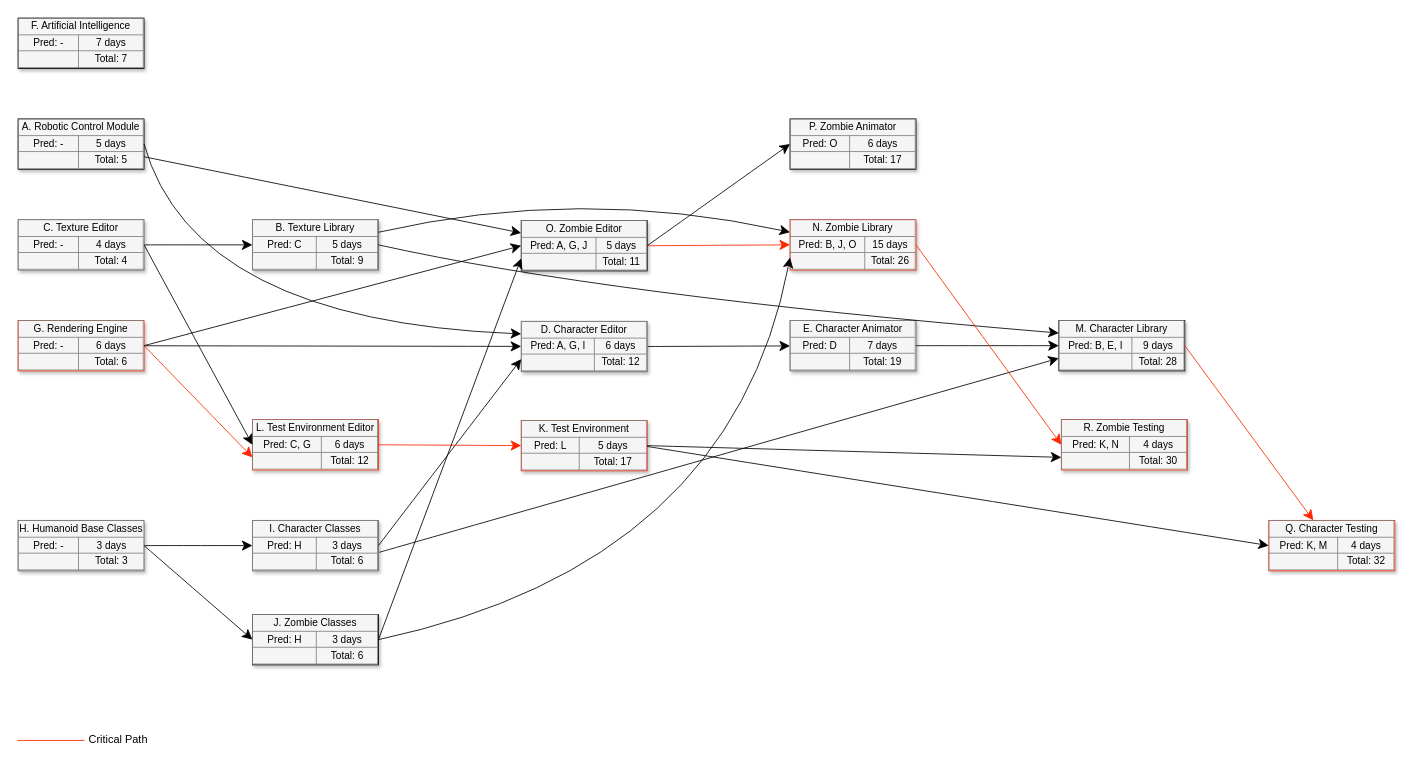
Before: Untitled Diagram.drawio in bagheeraja/PERT, a draw.io diagram. Source tidied: cells renumbered, new cells numbered last; positions are measured from the earlier drawing's top-left corner, leaving out a move shared by most shapes. Both pictures are drawn from the tidied source at 84%, with x=0, y=0 at pixel (17, 18).
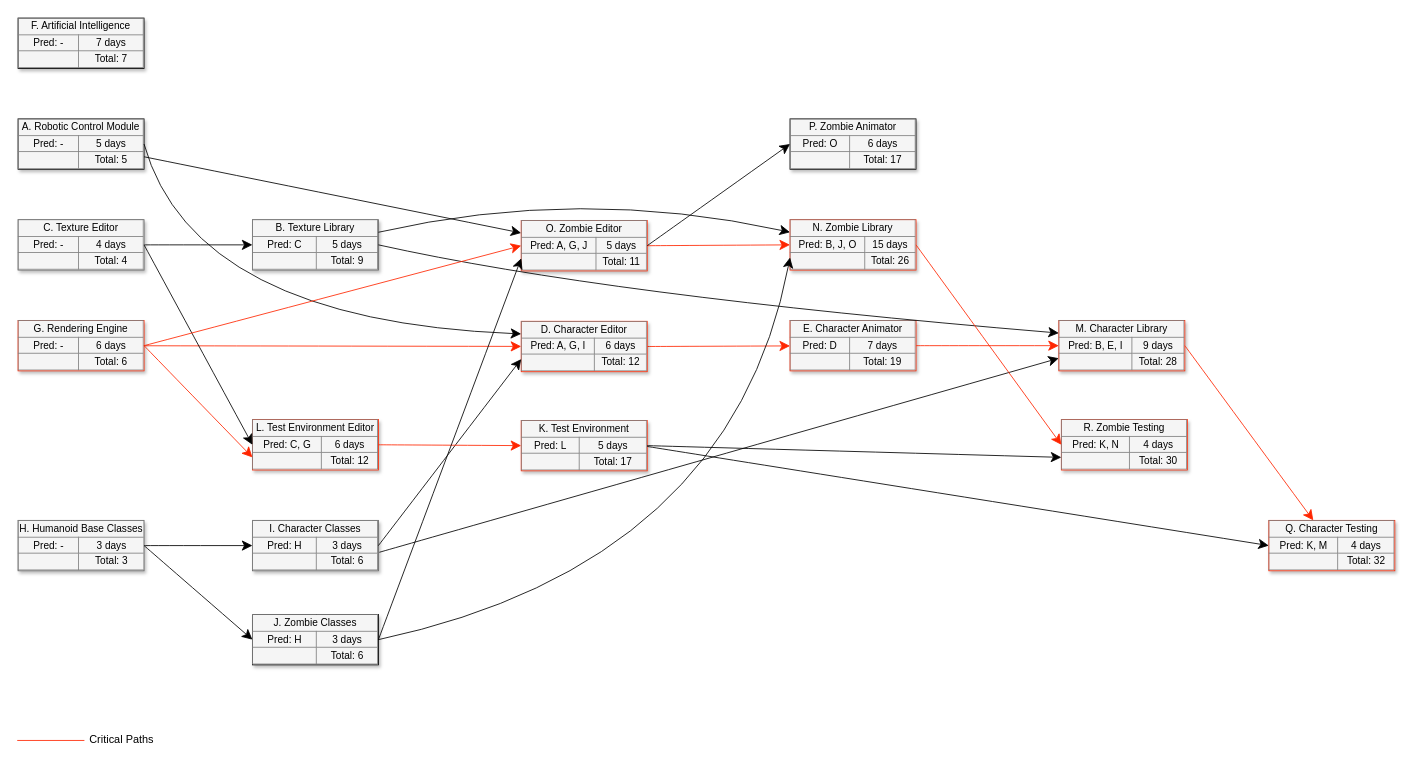
Above is the later version.

Unchanged cells that the change refers to:
```xml
<mxCell id="16" value="&lt;table border=&quot;1&quot; width=&quot;100%&quot; style=&quot;width: 100% ; height: 100% ; border-collapse: collapse&quot;&gt;&lt;tbody&gt;&lt;tr&gt;&lt;td colspan=&quot;2&quot; align=&quot;center&quot;&gt;G. Rendering Engine&lt;/td&gt;&lt;/tr&gt;&lt;tr&gt;&lt;td align=&quot;center&quot;&gt;Pred: -&lt;/td&gt;&lt;td align=&quot;center&quot;&gt;&lt;font style=&quot;font-size: 12px&quot;&gt;6 days&lt;/font&gt;&lt;/td&gt;&lt;/tr&gt;&lt;tr&gt;&lt;td align=&quot;center&quot;&gt;&lt;/td&gt;&lt;td align=&quot;center&quot;&gt;Total: 6&lt;/td&gt;&lt;/tr&gt;&lt;/tbody&gt;&lt;/table&gt;" style="text;html=1;strokeColor=light-dark(#ff2600, #959595);fillColor=#f5f5f5;overflow=fill;rounded=0;shadow=1;fontSize=12;align=center;" parent="1" vertex="1">
  <mxGeometry x="1" y="360" width="150" height="60" as="geometry" />
</mxCell>
```

What changed in the source:
```diff
@@
-    <mxCell id="5" value="&lt;table border=&quot;1&quot; width=&quot;100%&quot; style=&quot;width: 100% ; height: 100% ; border-collapse: collapse&quot;&gt;&lt;tbody&gt;&lt;tr&gt;&lt;td colspan=&quot;2&quot; align=&quot;center&quot;&gt;&lt;font style=&quot;font-size: 12px&quot;&gt;M. Character Library&lt;/font&gt;&lt;/td&gt;&lt;/tr&gt;&lt;tr&gt;&lt;td align=&quot;center&quot;&gt;Pred: B, E, I&lt;/td&gt;&lt;td align=&quot;center&quot;&gt;&lt;font style=&quot;font-size: 12px&quot;&gt;9 days&lt;/font&gt;&lt;/td&gt;&lt;/tr&gt;&lt;tr&gt;&lt;td align=&quot;center&quot;&gt;&lt;/td&gt;&lt;td align=&quot;center&quot;&gt;Total: 28&lt;/td&gt;&lt;/tr&gt;&lt;/tbody&gt;&lt;/table&gt;" style="text;html=1;strokeColor=light-dark(#000000, #ff9090);fillColor=#f5f5f5;overflow=fill;rounded=0;shadow=1;fontSize=12;align=center;" parent="1" vertex="1">
+    <mxCell id="5" value="&lt;table border=&quot;1&quot; width=&quot;100%&quot; style=&quot;width: 100% ; height: 100% ; border-collapse: collapse&quot;&gt;&lt;tbody&gt;&lt;tr&gt;&lt;td colspan=&quot;2&quot; align=&quot;center&quot;&gt;&lt;font style=&quot;font-size: 12px&quot;&gt;M. Character Library&lt;/font&gt;&lt;/td&gt;&lt;/tr&gt;&lt;tr&gt;&lt;td align=&quot;center&quot;&gt;Pred: B, E, I&lt;/td&gt;&lt;td align=&quot;center&quot;&gt;&lt;font style=&quot;font-size: 12px&quot;&gt;9 days&lt;/font&gt;&lt;/td&gt;&lt;/tr&gt;&lt;tr&gt;&lt;td align=&quot;center&quot;&gt;&lt;/td&gt;&lt;td align=&quot;center&quot;&gt;Total: 28&lt;/td&gt;&lt;/tr&gt;&lt;/tbody&gt;&lt;/table&gt;" style="text;html=1;strokeColor=light-dark(#ff2600, #ff9090);fillColor=#f5f5f5;overflow=fill;rounded=0;shadow=1;fontSize=12;align=center;" parent="1" vertex="1">
       <mxGeometry x="1240" y="360" width="150" height="60" as="geometry" />
     </mxCell>
@@
-    <mxCell id="9" style="edgeStyle=none;curved=1;html=1;startSize=10;endArrow=classic;endFill=1;endSize=10;strokeWidth=1;fontSize=12;exitX=1;exitY=0.5;exitDx=0;exitDy=0;" parent="1" edge="1" source="19" target="23">
+    <mxCell id="9" style="edgeStyle=none;curved=1;html=1;startSize=10;endArrow=classic;endFill=1;endSize=10;strokeWidth=1;fontSize=12;exitX=1;exitY=0.5;exitDx=0;exitDy=0;strokeColor=light-dark(#ff2600, #ededed);" parent="1" edge="1" source="19" target="23">
       <mxGeometry relative="1" as="geometry" />
     </mxCell>
@@
-    <mxCell id="12" value="&lt;table border=&quot;1&quot; width=&quot;100%&quot; style=&quot;width: 100% ; height: 100% ; border-collapse: collapse&quot;&gt;&lt;tbody&gt;&lt;tr&gt;&lt;td colspan=&quot;2&quot; align=&quot;center&quot;&gt;&lt;font style=&quot;font-size: 12px&quot;&gt;O. Zombie Editor&lt;/font&gt;&lt;/td&gt;&lt;/tr&gt;&lt;tr&gt;&lt;td align=&quot;center&quot;&gt;Pred: A, G, J&lt;/td&gt;&lt;td align=&quot;center&quot;&gt;&lt;font style=&quot;font-size: 12px&quot;&gt;5 days&lt;/font&gt;&lt;/td&gt;&lt;/tr&gt;&lt;tr&gt;&lt;td align=&quot;center&quot;&gt;&lt;/td&gt;&lt;td align=&quot;center&quot;&gt;Total: 11&lt;/td&gt;&lt;/tr&gt;&lt;/tbody&gt;&lt;/table&gt;" style="text;html=1;strokeColor=light-dark(#000000, #ff9090);fillColor=#f5f5f5;overflow=fill;rounded=0;shadow=1;fontSize=12;align=center;" parent="1" vertex="1">
+    <mxCell id="12" value="&lt;table border=&quot;1&quot; width=&quot;100%&quot; style=&quot;width: 100% ; height: 100% ; border-collapse: collapse&quot;&gt;&lt;tbody&gt;&lt;tr&gt;&lt;td colspan=&quot;2&quot; align=&quot;center&quot;&gt;&lt;font style=&quot;font-size: 12px&quot;&gt;O. Zombie Editor&lt;/font&gt;&lt;/td&gt;&lt;/tr&gt;&lt;tr&gt;&lt;td align=&quot;center&quot;&gt;Pred: A, G, J&lt;/td&gt;&lt;td align=&quot;center&quot;&gt;&lt;font style=&quot;font-size: 12px&quot;&gt;5 days&lt;/font&gt;&lt;/td&gt;&lt;/tr&gt;&lt;tr&gt;&lt;td align=&quot;center&quot;&gt;&lt;/td&gt;&lt;td align=&quot;center&quot;&gt;Total: 11&lt;/td&gt;&lt;/tr&gt;&lt;/tbody&gt;&lt;/table&gt;" style="text;html=1;strokeColor=light-dark(#ff2600, #ff9090);fillColor=#f5f5f5;overflow=fill;rounded=0;shadow=1;fontSize=12;align=center;" parent="1" vertex="1">
       <mxGeometry x="600" y="241" width="150" height="60" as="geometry" />
     </mxCell>
@@
-    <mxCell id="15" style="edgeStyle=none;curved=1;html=1;startSize=10;endArrow=classic;endFill=1;endSize=10;strokeWidth=1;fontSize=12;" parent="1" edge="1" source="16" target="19">
+    <mxCell id="15" style="edgeStyle=none;curved=1;html=1;startSize=10;endArrow=classic;endFill=1;endSize=10;strokeWidth=1;fontSize=12;strokeColor=light-dark(#ff2600, #ededed);" parent="1" edge="1" source="16" target="19">
       <mxGeometry relative="1" as="geometry" />
     </mxCell>
@@
-    <mxCell id="19" value="&lt;table border=&quot;1&quot; width=&quot;100%&quot; style=&quot;width: 100% ; height: 100% ; border-collapse: collapse&quot;&gt;&lt;tbody&gt;&lt;tr&gt;&lt;td colspan=&quot;2&quot; align=&quot;center&quot;&gt;D. Character Editor&lt;/td&gt;&lt;/tr&gt;&lt;tr&gt;&lt;td align=&quot;center&quot;&gt;Pred: A, G, I&lt;/td&gt;&lt;td align=&quot;center&quot;&gt;&lt;font style=&quot;font-size: 12px&quot;&gt;6 days&lt;/font&gt;&lt;/td&gt;&lt;/tr&gt;&lt;tr&gt;&lt;td align=&quot;center&quot;&gt;&lt;/td&gt;&lt;td align=&quot;center&quot;&gt;Total: 12&lt;/td&gt;&lt;/tr&gt;&lt;/tbody&gt;&lt;/table&gt;" style="text;html=1;strokeColor=#666666;fillColor=#f5f5f5;overflow=fill;rounded=0;shadow=1;fontSize=12;align=center;" parent="1" vertex="1">
+    <mxCell id="19" value="&lt;table border=&quot;1&quot; width=&quot;100%&quot; style=&quot;width: 100% ; height: 100% ; border-collapse: collapse&quot;&gt;&lt;tbody&gt;&lt;tr&gt;&lt;td colspan=&quot;2&quot; align=&quot;center&quot;&gt;D. Character Editor&lt;/td&gt;&lt;/tr&gt;&lt;tr&gt;&lt;td align=&quot;center&quot;&gt;Pred: A, G, I&lt;/td&gt;&lt;td align=&quot;center&quot;&gt;&lt;font style=&quot;font-size: 12px&quot;&gt;6 days&lt;/font&gt;&lt;/td&gt;&lt;/tr&gt;&lt;tr&gt;&lt;td align=&quot;center&quot;&gt;&lt;/td&gt;&lt;td align=&quot;center&quot;&gt;Total: 12&lt;/td&gt;&lt;/tr&gt;&lt;/tbody&gt;&lt;/table&gt;" style="text;html=1;strokeColor=light-dark(#ff2600, #959595);fillColor=#f5f5f5;overflow=fill;rounded=0;shadow=1;fontSize=12;align=center;" parent="1" vertex="1">
       <mxGeometry x="600" y="361" width="150" height="60" as="geometry" />
     </mxCell>
@@
-    <mxCell id="23" value="&lt;table border=&quot;1&quot; width=&quot;100%&quot; style=&quot;width: 100% ; height: 100% ; border-collapse: collapse&quot;&gt;&lt;tbody&gt;&lt;tr&gt;&lt;td colspan=&quot;2&quot; align=&quot;center&quot;&gt;E. Character Animator&lt;/td&gt;&lt;/tr&gt;&lt;tr&gt;&lt;td align=&quot;center&quot;&gt;Pred: D&lt;/td&gt;&lt;td align=&quot;center&quot;&gt;&lt;font style=&quot;font-size: 12px&quot;&gt;7 days&lt;/font&gt;&lt;/td&gt;&lt;/tr&gt;&lt;tr&gt;&lt;td align=&quot;center&quot;&gt;&lt;/td&gt;&lt;td align=&quot;center&quot;&gt;Total: 19&lt;/td&gt;&lt;/tr&gt;&lt;/tbody&gt;&lt;/table&gt;" style="text;html=1;strokeColor=#666666;fillColor=#f5f5f5;overflow=fill;rounded=0;shadow=1;fontSize=12;align=center;" parent="1" vertex="1">
+    <mxCell id="23" value="&lt;table border=&quot;1&quot; width=&quot;100%&quot; style=&quot;width: 100% ; height: 100% ; border-collapse: collapse&quot;&gt;&lt;tbody&gt;&lt;tr&gt;&lt;td colspan=&quot;2&quot; align=&quot;center&quot;&gt;E. Character Animator&lt;/td&gt;&lt;/tr&gt;&lt;tr&gt;&lt;td align=&quot;center&quot;&gt;Pred: D&lt;/td&gt;&lt;td align=&quot;center&quot;&gt;&lt;font style=&quot;font-size: 12px&quot;&gt;7 days&lt;/font&gt;&lt;/td&gt;&lt;/tr&gt;&lt;tr&gt;&lt;td align=&quot;center&quot;&gt;&lt;/td&gt;&lt;td align=&quot;center&quot;&gt;Total: 19&lt;/td&gt;&lt;/tr&gt;&lt;/tbody&gt;&lt;/table&gt;" style="text;html=1;strokeColor=light-dark(#ff2600, #959595);fillColor=#f5f5f5;overflow=fill;rounded=0;shadow=1;fontSize=12;align=center;" parent="1" vertex="1">
       <mxGeometry x="920" y="360" width="150" height="60" as="geometry" />
     </mxCell>
@@
-    <mxCell id="32" style="edgeStyle=none;curved=1;html=1;startSize=10;endArrow=classic;endFill=1;endSize=10;strokeWidth=1;fontSize=12;entryX=0;entryY=0.5;entryDx=0;entryDy=0;exitX=1;exitY=0.5;exitDx=0;exitDy=0;" parent="1" edge="1" source="23" target="5">
+    <mxCell id="32" style="edgeStyle=none;curved=1;html=1;startSize=10;endArrow=classic;endFill=1;endSize=10;strokeWidth=1;fontSize=12;entryX=0;entryY=0.5;entryDx=0;entryDy=0;exitX=1;exitY=0.5;exitDx=0;exitDy=0;strokeColor=light-dark(#ff2600, #ededed);" parent="1" edge="1" source="23" target="5">
       <mxGeometry relative="1" as="geometry" />
     </mxCell>
@@
-    <mxCell id="35" style="edgeStyle=none;curved=1;html=1;startSize=10;endArrow=classic;endFill=1;endSize=10;strokeColor=light-dark(#000000, #ff9090);strokeWidth=1;fontSize=12;entryX=0;entryY=0.5;entryDx=0;entryDy=0;exitX=1;exitY=0.5;exitDx=0;exitDy=0;" parent="1" edge="1" source="16" target="12">
+    <mxCell id="35" style="edgeStyle=none;curved=1;html=1;startSize=10;endArrow=classic;endFill=1;endSize=10;strokeColor=light-dark(#ff2600, #ff9090);strokeWidth=1;fontSize=12;entryX=0;entryY=0.5;entryDx=0;entryDy=0;exitX=1;exitY=0.5;exitDx=0;exitDy=0;" parent="1" edge="1" source="16" target="12">
       <mxGeometry relative="1" as="geometry" />
     </mxCell>
@@
-    <mxCell id="45" value="&lt;font style=&quot;font-weight: normal; font-size: 13px;&quot;&gt;Critical Path&lt;/font&gt;" style="text;strokeColor=none;fillColor=none;html=1;fontSize=24;fontStyle=1;verticalAlign=middle;align=center;" parent="1" vertex="1">
-      <mxGeometry x="70" y="836" width="100" height="40" as="geometry" />
+    <mxCell id="45" value="&lt;font style=&quot;font-weight: normal; font-size: 13px;&quot;&gt;Critical Paths&lt;/font&gt;" style="text;strokeColor=none;fillColor=none;html=1;fontSize=24;fontStyle=1;verticalAlign=middle;align=center;" parent="1" vertex="1">
+      <mxGeometry x="74" y="836" width="100" height="40" as="geometry" />
     </mxCell>
```
